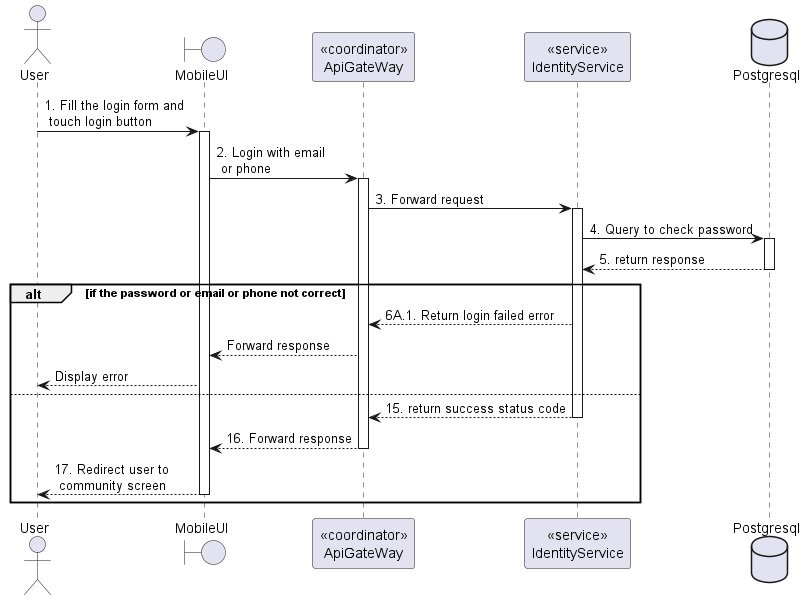
The PlantUML diagram doc/SDS/Identity/Login/Login.png in Carl-Johnsons/tastopia, before a commit. The source it was exported from:
```plantuml
@startuml Login
actor User
boundary MobileUI
participant "<<coordinator>>\nApiGateWay" as ApiGateway
participant "<<service>>\nIdentityService" as IdentityService
database Postgresql

User -> MobileUI: 1. Fill the login form and \n touch login button
activate MobileUI

MobileUI -> ApiGateway: 2. Login with email\n or phone
activate ApiGateway

ApiGateway -> IdentityService: 3. Forward request
activate IdentityService

IdentityService -> Postgresql: 4. Query to check password
activate Postgresql
IdentityService <-- Postgresql: 5. return response
deactivate Postgresql

alt if the password or email or phone not correct
    ApiGateway <-- IdentityService: 6A.1. Return login failed error
    MobileUI <-- ApiGateway: Forward response
    User <-- MobileUI: Display error
else
    ApiGateway <-- IdentityService: 15. return success status code
    deactivate IdentityService
    MobileUI <-- ApiGateway: 16. Forward response
    deactivate ApiGateway
    User <-- MobileUI: 17. Redirect user to\n community screen
    deactivate MobileUI
end

@enduml
```
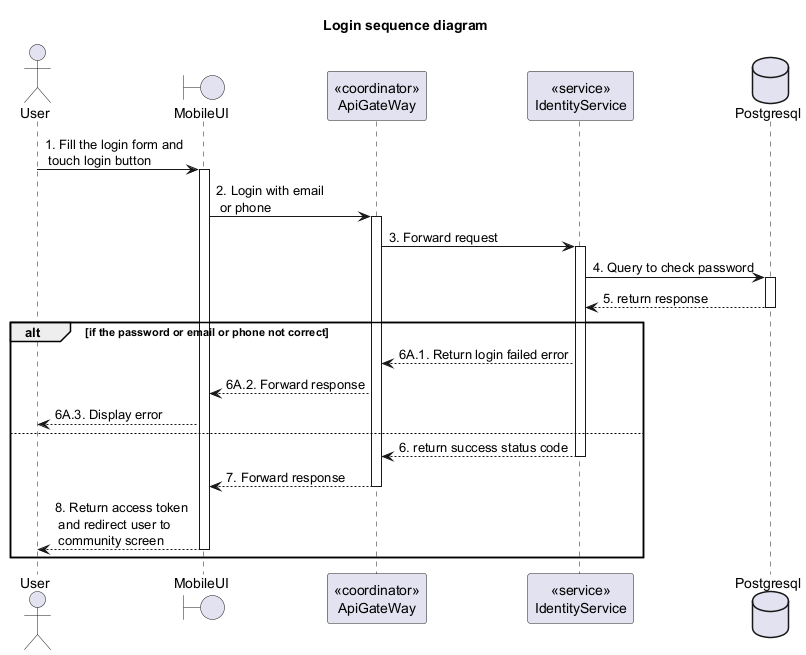
Above is the later version.

What changed in the source:
```diff
@@ -1,35 +1,26 @@
 @startuml Login
+title "Login sequence diagram"
+
 actor User
 boundary MobileUI
 participant "<<coordinator>>\nApiGateWay" as ApiGateway
 participant "<<service>>\nIdentityService" as IdentityService
 database Postgresql
 
-User -> MobileUI: 1. Fill the login form and \n touch login button
-activate MobileUI
-
-MobileUI -> ApiGateway: 2. Login with email\n or phone
-activate ApiGateway
-
-ApiGateway -> IdentityService: 3. Forward request
-activate IdentityService
-
-IdentityService -> Postgresql: 4. Query to check password
-activate Postgresql
-IdentityService <-- Postgresql: 5. return response
-deactivate Postgresql
+User -> MobileUI++: 1. Fill the login form and \n touch login button
+MobileUI -> ApiGateway++: 2. Login with email\n or phone
+ApiGateway -> IdentityService++: 3. Forward request
+IdentityService -> Postgresql++: 4. Query to check password
+IdentityService <-- Postgresql--: 5. return response
 
 alt if the password or email or phone not correct
     ApiGateway <-- IdentityService: 6A.1. Return login failed error
-    MobileUI <-- ApiGateway: Forward response
-    User <-- MobileUI: Display error
+    MobileUI <-- ApiGateway: 6A.2. Forward response
+    User <-- MobileUI: 6A.3. Display error
 else
-    ApiGateway <-- IdentityService: 15. return success status code
-    deactivate IdentityService
-    MobileUI <-- ApiGateway: 16. Forward response
-    deactivate ApiGateway
-    User <-- MobileUI: 17. Redirect user to\n community screen
-    deactivate MobileUI
+    ApiGateway <-- IdentityService--: 6. return success status code
+    MobileUI <-- ApiGateway--: 7. Forward response
+    User <-- MobileUI--: 8. Return access token\n and redirect user to\n community screen
 end
 
 @enduml
```
